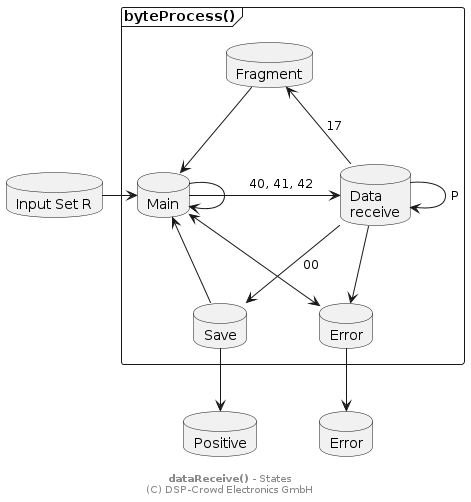
Before: doc/system/byte-process_states_2.png, a diagram exported from PlantUML (NoOrientationProgramming/code-orb). Source of this version:
```plantuml
@startuml


database "Input Set R" as sIn
database "Positive" as sPos
database "Error" as sErrorOut

frame "byteProcess()" as pRcv {

  database "Main" as sMain

  database "Data\nreceive" as sRcv
  database "Save" as sSave
  database "Fragment" as sFrag
  database "Error" as sError
}

sIn -> sMain

sMain --> sMain

sFrag --> sMain
sFrag <-- sRcv : 17

sMain -> sRcv : "\t40, 41, 42"

sMain <-- sSave
sRcv --> sSave : 00
sRcv --> sRcv : P

sSave --> sPos

sMain <--> sError
sRcv --> sError

sError --> sErrorOut

footer **dataReceive()** - States\n(C) DSP-Crowd Electronics GmbH

@enduml
```
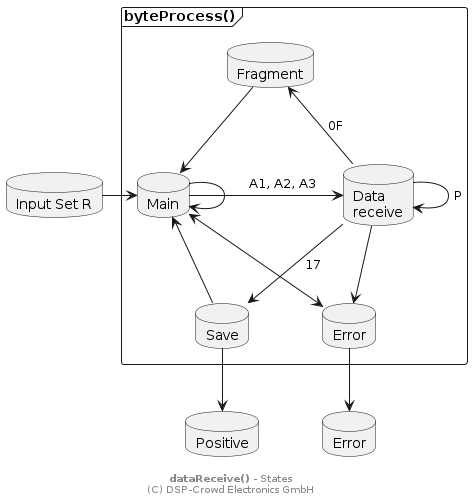
Later version of the same file.

Diff of the diagram source:
```diff
@@ -20,12 +20,12 @@
 sMain --> sMain
 
 sFrag --> sMain
-sFrag <-- sRcv : 17
+sFrag <-- sRcv : 0F
 
-sMain -> sRcv : "\t40, 41, 42"
+sMain -> sRcv : "\tA1, A2, A3"
 
 sMain <-- sSave
-sRcv --> sSave : 00
+sRcv --> sSave : 17
 sRcv --> sRcv : P
 
 sSave --> sPos
```
